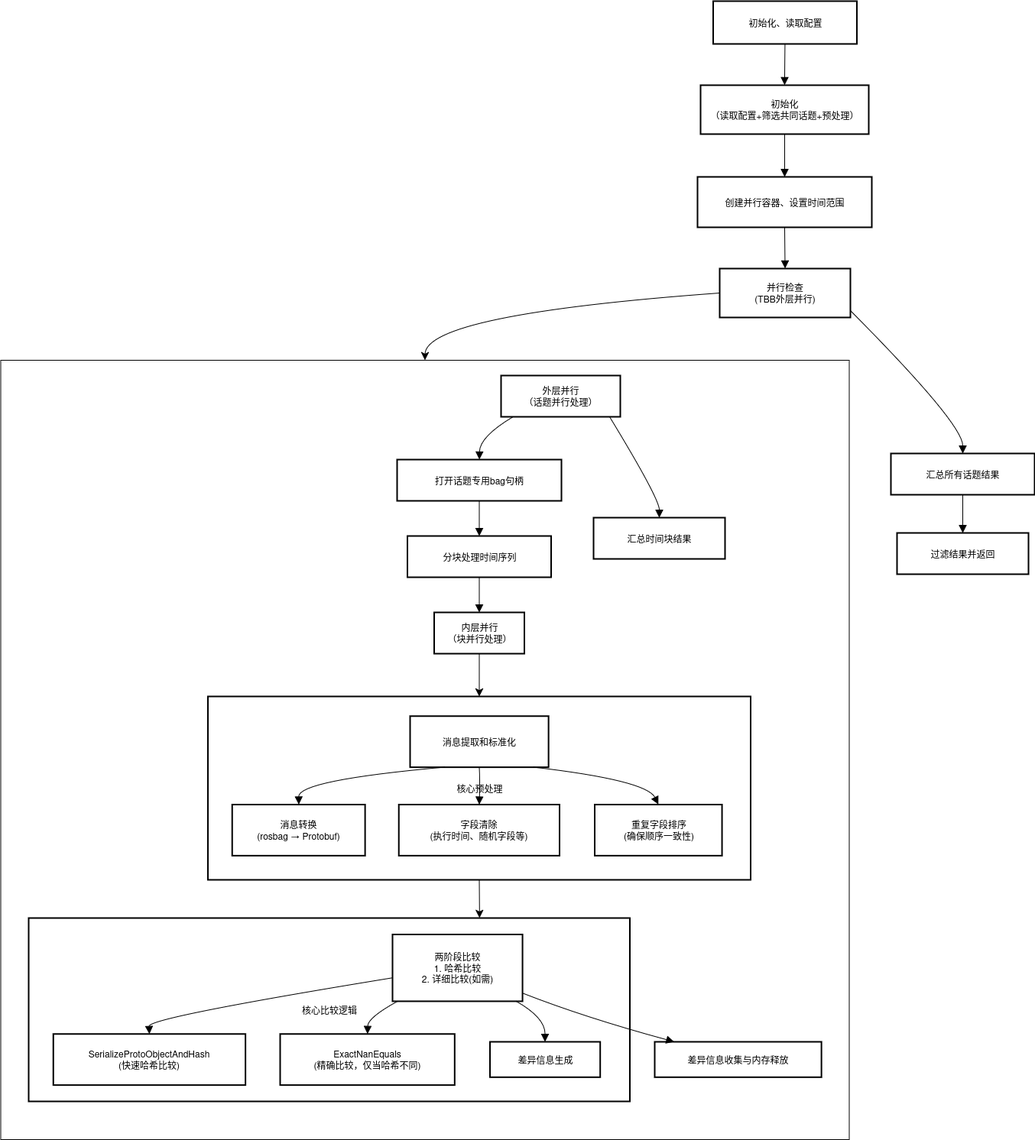
The draw.io diagram posts/determinism_check.drawio.png in Luoseyznl/Luoseyznl.github.io, before a commit. Source tidied: cells renumbered, new cells last; positions are measured from the earlier drawing's top-left corner, leaving out a move shared by most shapes.
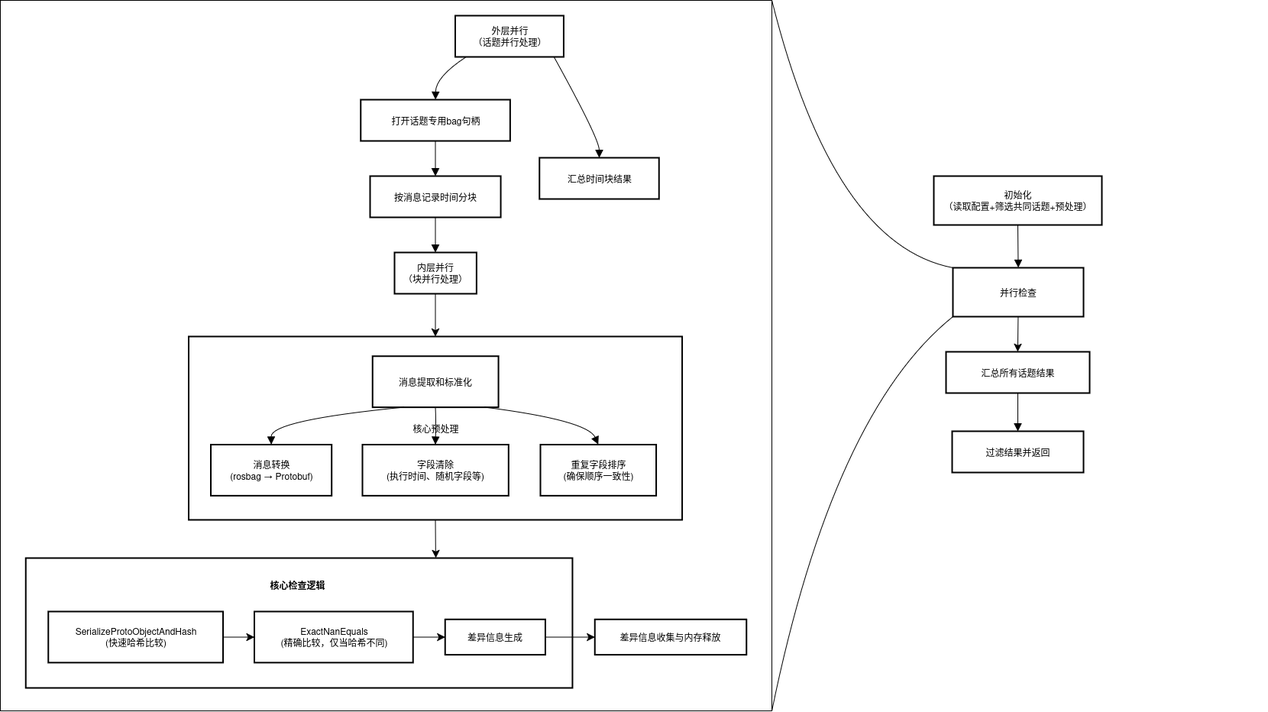
The same file after the commit.

What changed in the source:
```diff
@@ -2,190 +2,150 @@
   <root>
     <mxCell id="0" />
     <mxCell id="1" parent="0" />
+    <mxCell id="36" style="group;" parent="1" vertex="1">
+      <mxGeometry x="912" width="441" height="750" as="geometry" />
+    </mxCell>
+    <mxCell id="38" value="初始化&#10;（读取配置+筛选共同话题+预处理）" style="whiteSpace=wrap;strokeWidth=2;" parent="36" vertex="1">
+      <mxGeometry x="4" y="230" width="220" height="64" as="geometry" />
+    </mxCell>
+    <mxCell id="46" style="edgeStyle=none;curved=1;rounded=0;jettySize=auto;html=1;exitX=0.5;exitY=1;exitDx=0;exitDy=0;entryX=0.5;entryY=0;entryDx=0;entryDy=0;fontSize=12;startSize=8;endSize=8;" parent="36" edge="1" source="40" target="41">
+      <mxGeometry relative="1" as="geometry" />
+    </mxCell>
+    <mxCell id="40" value="并行检查" style="whiteSpace=wrap;strokeWidth=2;" parent="36" vertex="1">
+      <mxGeometry x="29" y="350" width="171" height="64" as="geometry" />
+    </mxCell>
+    <mxCell id="41" value="汇总所有话题结果" style="whiteSpace=wrap;strokeWidth=2;" parent="36" vertex="1">
+      <mxGeometry x="20" y="460" width="188" height="54" as="geometry" />
+    </mxCell>
+    <mxCell id="42" value="过滤结果并返回" style="whiteSpace=wrap;strokeWidth=2;" parent="36" vertex="1">
+      <mxGeometry x="28" y="564" width="172" height="54" as="geometry" />
+    </mxCell>
+    <mxCell id="45" style="curved=1;startArrow=none;endArrow=block;exitX=0.5;exitY=1;entryX=0.5;entryY=0;rounded=0;fontSize=12;startSize=8;endSize=8;exitDx=0;exitDy=0;" parent="36" edge="1" source="38" target="40">
+      <mxGeometry relative="1" as="geometry" />
+    </mxCell>
+    <mxCell id="47" style="curved=1;startArrow=none;endArrow=block;exitX=0.5;exitY=1;entryX=0.5;entryY=0;rounded=0;fontSize=12;startSize=8;endSize=8;" parent="36" edge="1" source="41" target="42">
+      <mxGeometry relative="1" as="geometry" />
+    </mxCell>
+    <mxCell id="49" style="edgeStyle=none;curved=1;rounded=0;jettySize=auto;html=1;exitX=1;exitY=0;exitDx=0;exitDy=0;entryX=0;entryY=0;entryDx=0;entryDy=0;fontSize=12;startSize=8;endSize=8;endArrow=none;endFill=0;" parent="1" edge="1" source="2" target="40">
+      <mxGeometry relative="1" as="geometry">
+        <Array as="points">
+          <mxPoint x="784" y="320" />
+        </Array>
+      </mxGeometry>
+    </mxCell>
+    <mxCell id="48" style="edgeStyle=none;curved=1;rounded=0;jettySize=auto;html=1;exitX=0;exitY=1;exitDx=0;exitDy=0;entryX=1;entryY=1;entryDx=0;entryDy=0;fontSize=12;startSize=8;endSize=8;endArrow=none;endFill=0;" parent="1" edge="1" source="40" target="2">
+      <mxGeometry relative="1" as="geometry">
+        <Array as="points">
+          <mxPoint x="784" y="540" />
+        </Array>
+      </mxGeometry>
+    </mxCell>
     <mxCell id="2" style="rounded=0;whiteSpace=wrap;html=1;" parent="1" vertex="1">
-      <mxGeometry x="0.5" y="470" width="1110" height="1020" as="geometry" />
+      <mxGeometry x="-306" width="1010" height="930" as="geometry" />
     </mxCell>
-    <mxCell id="3" style="group;" parent="1" vertex="1">
-      <mxGeometry x="37" y="490" width="1037" height="950" as="geometry" />
-    </mxCell>
-    <mxCell id="4" style="group;" parent="3" vertex="1">
-      <mxGeometry y="710" width="1037" height="240" as="geometry" />
-    </mxCell>
-    <mxCell id="5" value="核心比较逻辑" style="whiteSpace=wrap;strokeWidth=2;" parent="4" vertex="1">
-      <mxGeometry width="786.5" height="240" as="geometry" />
+    <mxCell id="5" style="whiteSpace=wrap;strokeWidth=2;" parent="1" vertex="1">
+      <mxGeometry x="-272.8" y="730" width="715.7" height="170" as="geometry" />
     </mxCell>
-    <mxCell id="6" value="两阶段比较&#10;1. 哈希比较&#10;2. 详细比较(如需)" style="whiteSpace=wrap;strokeWidth=2;" parent="4" vertex="1">
-      <mxGeometry x="476" y="21.4" width="170.1" height="87.4" as="geometry" />
-    </mxCell>
+    <mxCell id="35" style="edgeStyle=none;curved=1;rounded=0;jettySize=auto;html=1;exitX=0.5;exitY=1;exitDx=0;exitDy=0;entryX=0.75;entryY=0;entryDx=0;entryDy=0;fontSize=12;startSize=8;endSize=8;" parent="1" edge="1" source="27" target="5">
+      <mxGeometry relative="1" as="geometry" />
+    </mxCell>
-    <mxCell id="7" value="差异信息收集与内存释放" style="whiteSpace=wrap;strokeWidth=2;" parent="4" vertex="1">
-      <mxGeometry x="818.9" y="162" width="218.1" height="46.3" as="geometry" />
+    <mxCell id="7" value="差异信息收集与内存释放" style="whiteSpace=wrap;strokeWidth=2;" parent="1" vertex="1">
+      <mxGeometry x="472.3" y="810.3" width="198.5" height="46.3" as="geometry" />
     </mxCell>
+    <mxCell id="50" style="edgeStyle=none;curved=1;rounded=0;jettySize=auto;html=1;exitX=1;exitY=0.5;exitDx=0;exitDy=0;entryX=0;entryY=0.5;entryDx=0;entryDy=0;fontSize=12;startSize=8;endSize=8;" parent="1" edge="1" source="8" target="9">
+      <mxGeometry relative="1" as="geometry" />
+    </mxCell>
-    <mxCell id="8" value="SerializeProtoObjectAndHash&#10;(快速哈希比较)" style="whiteSpace=wrap;strokeWidth=2;" parent="4" vertex="1">
-      <mxGeometry x="32.3" y="151.7" width="251.4" height="66.9" as="geometry" />
+    <mxCell id="8" value="SerializeProtoObjectAndHash&#10;(快速哈希比较)" style="whiteSpace=wrap;strokeWidth=2;" parent="1" vertex="1">
+      <mxGeometry x="-243.4" y="800" width="228.7" height="66.9" as="geometry" />
     </mxCell>
+    <mxCell id="51" style="edgeStyle=none;curved=1;rounded=0;jettySize=auto;html=1;exitX=1;exitY=0.5;exitDx=0;exitDy=0;entryX=0;entryY=0.5;entryDx=0;entryDy=0;fontSize=12;startSize=8;endSize=8;" parent="1" edge="1" source="9" target="10">
+      <mxGeometry relative="1" as="geometry" />
+    </mxCell>
-    <mxCell id="9" value="ExactNanEquals&#10;(精确比较，仅当哈希不同)" style="whiteSpace=wrap;strokeWidth=2;" parent="4" vertex="1">
-      <mxGeometry x="329" y="151.7" width="228.3" height="66.9" as="geometry" />
+    <mxCell id="9" value="ExactNanEquals&#10;(精确比较，仅当哈希不同)" style="whiteSpace=wrap;strokeWidth=2;" parent="1" vertex="1">
+      <mxGeometry x="26.6" y="800" width="207.7" height="66.9" as="geometry" />
     </mxCell>
+    <mxCell id="52" style="edgeStyle=none;curved=1;rounded=0;jettySize=auto;html=1;exitX=1;exitY=0.5;exitDx=0;exitDy=0;entryX=0;entryY=0.5;entryDx=0;entryDy=0;fontSize=12;startSize=8;endSize=8;" parent="1" edge="1" source="10" target="7">
+      <mxGeometry relative="1" as="geometry" />
+    </mxCell>
-    <mxCell id="10" value="差异信息生成" style="whiteSpace=wrap;strokeWidth=2;" parent="4" vertex="1">
-      <mxGeometry x="603.5" y="162" width="144.2" height="46.3" as="geometry" />
+    <mxCell id="10" value="差异信息生成" style="whiteSpace=wrap;strokeWidth=2;" parent="1" vertex="1">
+      <mxGeometry x="276.4" y="810.3" width="131.2" height="46.3" as="geometry" />
     </mxCell>
-    <mxCell id="11" style="curved=1;startArrow=none;endArrow=block;exitX=1;exitY=0.88;entryX=0.11;entryY=-0.01;rounded=0;fontSize=12;startSize=8;endSize=8;" parent="4" edge="1" source="6" target="7">
-      <mxGeometry relative="1" as="geometry">
-        <Array as="points">
-          <mxPoint x="727.4" y="130.3" />
-        </Array>
-      </mxGeometry>
-    </mxCell>
-    <mxCell id="12" style="curved=1;startArrow=none;endArrow=block;exitX=0;exitY=0.65;entryX=0.5;entryY=0;rounded=0;fontSize=12;startSize=8;endSize=8;" parent="4" edge="1" source="6" target="8">
-      <mxGeometry relative="1" as="geometry">
-        <Array as="points">
-          <mxPoint x="157.1" y="130.3" />
-        </Array>
-      </mxGeometry>
-    </mxCell>
-    <mxCell id="13" style="curved=1;startArrow=none;endArrow=block;exitX=0.04;exitY=1;entryX=0.5;entryY=0;rounded=0;fontSize=12;startSize=8;endSize=8;" parent="4" edge="1" source="6" target="9">
-      <mxGeometry relative="1" as="geometry">
-        <Array as="points">
-          <mxPoint x="443.6" y="130.3" />
-        </Array>
-      </mxGeometry>
-    </mxCell>
-    <mxCell id="14" style="curved=1;startArrow=none;endArrow=block;exitX=0.95;exitY=1;entryX=0.5;entryY=-0.01;rounded=0;fontSize=12;startSize=8;endSize=8;" parent="4" edge="1" source="6" target="10">
-      <mxGeometry relative="1" as="geometry">
-        <Array as="points">
-          <mxPoint x="675.6" y="130.3" />
-        </Array>
-      </mxGeometry>
-    </mxCell>
-    <mxCell id="15" style="group;" parent="3" vertex="1">
-      <mxGeometry x="234.5" width="710" height="660" as="geometry" />
-    </mxCell>
+    <mxCell id="53" value="核心检查逻辑" style="text;html=1;align=center;verticalAlign=middle;whiteSpace=wrap;rounded=0;fontStyle=1;" parent="1" vertex="1">
+      <mxGeometry x="26.6" y="750" width="112.2" height="30" as="geometry" />
+    </mxCell>
-    <mxCell id="16" value="外层并行&#10;（话题并行处理）" style="whiteSpace=wrap;strokeWidth=2;" parent="15" vertex="1">
-      <mxGeometry x="383.5" width="156" height="54" as="geometry" />
+    <mxCell id="16" value="外层并行&#10;（话题并行处理）" style="whiteSpace=wrap;strokeWidth=2;" parent="1" vertex="1">
+      <mxGeometry x="289.5" y="20" width="141.9" height="54" as="geometry" />
     </mxCell>
-    <mxCell id="17" value="打开话题专用bag句柄" style="whiteSpace=wrap;strokeWidth=2;" parent="15" vertex="1">
-      <mxGeometry x="247.5" y="110" width="215" height="54" as="geometry" />
+    <mxCell id="17" value="打开话题专用bag句柄" style="whiteSpace=wrap;strokeWidth=2;" parent="1" vertex="1">
+      <mxGeometry x="165.8" y="130" width="195.6" height="54" as="geometry" />
     </mxCell>
-    <mxCell id="18" value="分块处理时间序列" style="whiteSpace=wrap;strokeWidth=2;" parent="15" vertex="1">
-      <mxGeometry x="261" y="210" width="188" height="54" as="geometry" />
+    <mxCell id="18" value="按消息记录时间分块" style="whiteSpace=wrap;strokeWidth=2;" parent="1" vertex="1">
+      <mxGeometry x="178.1" y="230" width="171.1" height="54" as="geometry" />
     </mxCell>
-    <mxCell id="19" style="edgeStyle=none;curved=1;rounded=0;jettySize=auto;html=1;exitX=0.5;exitY=1;exitDx=0;exitDy=0;entryX=0.5;entryY=0;entryDx=0;entryDy=0;fontSize=12;startSize=8;endSize=8;" parent="15" edge="1" source="20" target="27">
+    <mxCell id="19" style="edgeStyle=none;curved=1;rounded=0;jettySize=auto;html=1;exitX=0.5;exitY=1;exitDx=0;exitDy=0;entryX=0.5;entryY=0;entryDx=0;entryDy=0;fontSize=12;startSize=8;endSize=8;" parent="1" edge="1" source="20" target="27">
       <mxGeometry relative="1" as="geometry" />
     </mxCell>
-    <mxCell id="20" value="内层并行&#10;（块并行处理）" style="whiteSpace=wrap;strokeWidth=2;" parent="15" vertex="1">
-      <mxGeometry x="296" y="310" width="118" height="54" as="geometry" />
+    <mxCell id="20" value="内层并行&#10;（块并行处理）" style="whiteSpace=wrap;strokeWidth=2;" parent="1" vertex="1">
+      <mxGeometry x="209.9" y="330" width="107.4" height="54" as="geometry" />
     </mxCell>
-    <mxCell id="21" value="汇总时间块结果" style="whiteSpace=wrap;strokeWidth=2;" parent="15" vertex="1">
-      <mxGeometry x="504.5" y="186" width="172" height="54" as="geometry" />
+    <mxCell id="21" value="汇总时间块结果" style="whiteSpace=wrap;strokeWidth=2;" parent="1" vertex="1">
+      <mxGeometry x="399.6" y="206" width="156.5" height="54" as="geometry" />
     </mxCell>
-    <mxCell id="22" style="curved=1;startArrow=none;endArrow=block;exitX=0.1;exitY=1;entryX=0.5;entryY=0;rounded=0;fontSize=12;startSize=8;endSize=8;" parent="15" edge="1" source="16" target="17">
+    <mxCell id="22" style="curved=1;startArrow=none;endArrow=block;exitX=0.1;exitY=1;entryX=0.5;entryY=0;rounded=0;fontSize=12;startSize=8;endSize=8;" parent="1" edge="1" source="16" target="17">
       <mxGeometry relative="1" as="geometry">
         <Array as="points">
-          <mxPoint x="355.5" y="80" />
+          <mxPoint x="264.1" y="100" />
         </Array>
       </mxGeometry>
     </mxCell>
-    <mxCell id="23" style="curved=1;startArrow=none;endArrow=block;exitX=0.5;exitY=1;entryX=0.5;entryY=0;rounded=0;fontSize=12;startSize=8;endSize=8;" parent="15" edge="1" source="17" target="18">
+    <mxCell id="23" style="curved=1;startArrow=none;endArrow=block;exitX=0.5;exitY=1;entryX=0.5;entryY=0;rounded=0;fontSize=12;startSize=8;endSize=8;" parent="1" edge="1" source="17" target="18">
       <mxGeometry relative="1" as="geometry" />
     </mxCell>
-    <mxCell id="24" style="curved=1;startArrow=none;endArrow=block;exitX=0.5;exitY=1;entryX=0.5;entryY=0;rounded=0;fontSize=12;startSize=8;endSize=8;" parent="15" edge="1" source="18" target="20">
+    <mxCell id="24" style="curved=1;startArrow=none;endArrow=block;exitX=0.5;exitY=1;entryX=0.5;entryY=0;rounded=0;fontSize=12;startSize=8;endSize=8;" parent="1" edge="1" source="18" target="20">
       <mxGeometry relative="1" as="geometry" />
     </mxCell>
-    <mxCell id="25" style="curved=1;startArrow=none;endArrow=block;exitX=0.91;exitY=1;entryX=0.5;entryY=0;rounded=0;fontSize=12;startSize=8;endSize=8;" parent="15" edge="1" source="16" target="21">
+    <mxCell id="25" style="curved=1;startArrow=none;endArrow=block;exitX=0.91;exitY=1;entryX=0.5;entryY=0;rounded=0;fontSize=12;startSize=8;endSize=8;" parent="1" edge="1" source="16" target="21">
       <mxGeometry relative="1" as="geometry">
         <Array as="points">
-          <mxPoint x="590.5" y="161" />
+          <mxPoint x="477.9" y="181" />
         </Array>
       </mxGeometry>
     </mxCell>
-    <mxCell id="26" style="group;" parent="15" vertex="1">
-      <mxGeometry y="420" width="710" height="240" as="geometry" />
-    </mxCell>
-    <mxCell id="27" value="核心预处理" style="whiteSpace=wrap;strokeWidth=2;" parent="26" vertex="1">
-      <mxGeometry width="710" height="240" as="geometry" />
+    <mxCell id="27" value="核心预处理" style="whiteSpace=wrap;strokeWidth=2;" parent="1" vertex="1">
+      <mxGeometry x="-59.4" y="440" width="646" height="240" as="geometry" />
     </mxCell>
-    <mxCell id="28" value="消息提取和标准化" style="whiteSpace=wrap;strokeWidth=2;" parent="26" vertex="1">
-      <mxGeometry x="264.4" y="25.7" width="181.1" height="66.9" as="geometry" />
+    <mxCell id="28" value="消息提取和标准化" style="whiteSpace=wrap;strokeWidth=2;" parent="1" vertex="1">
+      <mxGeometry x="181.2" y="465.7" width="164.8" height="66.9" as="geometry" />
     </mxCell>
-    <mxCell id="29" value="消息转换&#10;(rosbag → Protobuf)" style="whiteSpace=wrap;strokeWidth=2;" parent="26" vertex="1">
-      <mxGeometry x="31.9" y="141.4" width="173.9" height="66.9" as="geometry" />
+    <mxCell id="29" value="消息转换&#10;(rosbag → Protobuf)" style="whiteSpace=wrap;strokeWidth=2;" parent="1" vertex="1">
+      <mxGeometry x="-30.4" y="581.4" width="158.2" height="66.9" as="geometry" />
     </mxCell>
-    <mxCell id="30" value="字段清除&#10;(执行时间、随机字段等)" style="whiteSpace=wrap;strokeWidth=2;" parent="26" vertex="1">
-      <mxGeometry x="249.9" y="141.4" width="210.3" height="66.9" as="geometry" />
+    <mxCell id="30" value="字段清除&#10;(执行时间、随机字段等)" style="whiteSpace=wrap;strokeWidth=2;" parent="1" vertex="1">
+      <mxGeometry x="167.9" y="581.4" width="191.3" height="66.9" as="geometry" />
     </mxCell>
-    <mxCell id="31" value="重复字段排序&#10;(确保顺序一致性)" style="whiteSpace=wrap;strokeWidth=2;" parent="26" vertex="1">
-      <mxGeometry x="506.1" y="141.4" width="166.6" height="66.9" as="geometry" />
+    <mxCell id="31" value="重复字段排序&#10;(确保顺序一致性)" style="whiteSpace=wrap;strokeWidth=2;" parent="1" vertex="1">
+      <mxGeometry x="401.1" y="581.4" width="151.6" height="66.9" as="geometry" />
     </mxCell>
-    <mxCell id="32" style="curved=1;startArrow=none;endArrow=block;exitX=0.25;exitY=1;entryX=0.5;entryY=0;rounded=0;fontSize=12;startSize=8;endSize=8;exitDx=0;exitDy=0;" parent="26" edge="1" source="28" target="29">
+    <mxCell id="32" style="curved=1;startArrow=none;endArrow=block;exitX=0.25;exitY=1;entryX=0.5;entryY=0;rounded=0;fontSize=12;startSize=8;endSize=8;exitDx=0;exitDy=0;" parent="1" edge="1" source="28" target="29">
       <mxGeometry relative="1" as="geometry">
         <Array as="points">
-          <mxPoint x="118.3" y="109.7" />
+          <mxPoint x="48.3" y="549.7" />
         </Array>
       </mxGeometry>
     </mxCell>
-    <mxCell id="33" style="curved=1;startArrow=none;endArrow=block;exitX=0.5;exitY=1;entryX=0.5;entryY=0;rounded=0;fontSize=12;startSize=8;endSize=8;exitDx=0;exitDy=0;" parent="26" edge="1" source="28" target="30">
+    <mxCell id="33" style="curved=1;startArrow=none;endArrow=block;exitX=0.5;exitY=1;entryX=0.5;entryY=0;rounded=0;fontSize=12;startSize=8;endSize=8;exitDx=0;exitDy=0;" parent="1" edge="1" source="28" target="30">
       <mxGeometry relative="1" as="geometry">
         <Array as="points">
-          <mxPoint x="355.9" y="109.7" />
+          <mxPoint x="264.4" y="549.7" />
         </Array>
       </mxGeometry>
     </mxCell>
-    <mxCell id="34" style="curved=1;startArrow=none;endArrow=block;exitX=0.89;exitY=1;entryX=0.5;entryY=0;rounded=0;fontSize=12;startSize=8;endSize=8;" parent="26" edge="1" source="28" target="31">
+    <mxCell id="34" style="curved=1;startArrow=none;endArrow=block;exitX=0.89;exitY=1;entryX=0.5;entryY=0;rounded=0;fontSize=12;startSize=8;endSize=8;" parent="1" edge="1" source="28" target="31">
       <mxGeometry relative="1" as="geometry">
         <Array as="points">
-          <mxPoint x="573.5" y="109.7" />
+          <mxPoint x="462.4" y="549.7" />
         </Array>
       </mxGeometry>
     </mxCell>
-    <mxCell id="35" style="edgeStyle=none;curved=1;rounded=0;jettySize=auto;html=1;exitX=0.5;exitY=1;exitDx=0;exitDy=0;entryX=0.75;entryY=0;entryDx=0;entryDy=0;fontSize=12;startSize=8;endSize=8;" parent="3" edge="1" source="27" target="5">
-      <mxGeometry relative="1" as="geometry" />
-    </mxCell>
-    <mxCell id="36" style="group;" parent="1" vertex="1">
-      <mxGeometry x="912" width="441" height="750" as="geometry" />
-    </mxCell>
-    <mxCell id="37" value="初始化、读取配置" style="whiteSpace=wrap;strokeWidth=2;" parent="36" vertex="1">
-      <mxGeometry x="20.5" width="188" height="56" as="geometry" />
-    </mxCell>
-    <mxCell id="38" value="初始化&#10;（读取配置+筛选共同话题+预处理）" style="whiteSpace=wrap;strokeWidth=2;" parent="36" vertex="1">
-      <mxGeometry x="4" y="110" width="220" height="64" as="geometry" />
-    </mxCell>
-    <mxCell id="39" value="创建并行容器、设置时间范围" style="whiteSpace=wrap;strokeWidth=2;" parent="36" vertex="1">
-      <mxGeometry y="230" width="228" height="66" as="geometry" />
-    </mxCell>
-    <mxCell id="40" value="并行检查&#10;(TBB外层并行)" style="whiteSpace=wrap;strokeWidth=2;" parent="36" vertex="1">
-      <mxGeometry x="29" y="350" width="171" height="64" as="geometry" />
-    </mxCell>
-    <mxCell id="41" value="汇总所有话题结果" style="whiteSpace=wrap;strokeWidth=2;" parent="36" vertex="1">
-      <mxGeometry x="253" y="592" width="188" height="54" as="geometry" />
-    </mxCell>
-    <mxCell id="42" value="过滤结果并返回" style="whiteSpace=wrap;strokeWidth=2;" parent="36" vertex="1">
-      <mxGeometry x="261" y="696" width="172" height="54" as="geometry" />
-    </mxCell>
-    <mxCell id="43" style="curved=1;startArrow=none;endArrow=block;exitX=0.5;exitY=1;entryX=0.5;entryY=0;rounded=0;fontSize=12;startSize=8;endSize=8;" parent="36" edge="1" source="37" target="38">
-      <mxGeometry relative="1" as="geometry" />
-    </mxCell>
-    <mxCell id="44" style="curved=1;startArrow=none;endArrow=block;exitX=0.5;exitY=1;entryX=0.5;entryY=0;rounded=0;fontSize=12;startSize=8;endSize=8;" parent="36" edge="1" source="38" target="39">
-      <mxGeometry relative="1" as="geometry" />
-    </mxCell>
-    <mxCell id="45" style="curved=1;startArrow=none;endArrow=block;exitX=0.5;exitY=1;entryX=0.5;entryY=0;rounded=0;fontSize=12;startSize=8;endSize=8;" parent="36" edge="1" source="39" target="40">
-      <mxGeometry relative="1" as="geometry" />
-    </mxCell>
-    <mxCell id="46" style="curved=1;startArrow=none;endArrow=block;exitX=1;exitY=0.86;entryX=0.5;entryY=0;rounded=0;fontSize=12;startSize=8;endSize=8;" parent="36" edge="1" source="40" target="41">
-      <mxGeometry relative="1" as="geometry">
-        <Array as="points">
-          <mxPoint x="347" y="553" />
-        </Array>
-      </mxGeometry>
-    </mxCell>
-    <mxCell id="47" style="curved=1;startArrow=none;endArrow=block;exitX=0.5;exitY=1;entryX=0.5;entryY=0;rounded=0;fontSize=12;startSize=8;endSize=8;" parent="36" edge="1" source="41" target="42">
-      <mxGeometry relative="1" as="geometry" />
-    </mxCell>
-    <mxCell id="48" style="edgeStyle=none;curved=1;rounded=0;jettySize=auto;html=1;exitX=0;exitY=0.5;exitDx=0;exitDy=0;entryX=0.5;entryY=0;entryDx=0;entryDy=0;fontSize=12;startSize=8;endSize=8;" parent="1" edge="1" source="40" target="2">
-      <mxGeometry relative="1" as="geometry">
-        <Array as="points">
-          <mxPoint x="556" y="410" />
-        </Array>
-      </mxGeometry>
-    </mxCell>
   </root>
 </mxGraphModel>
```
